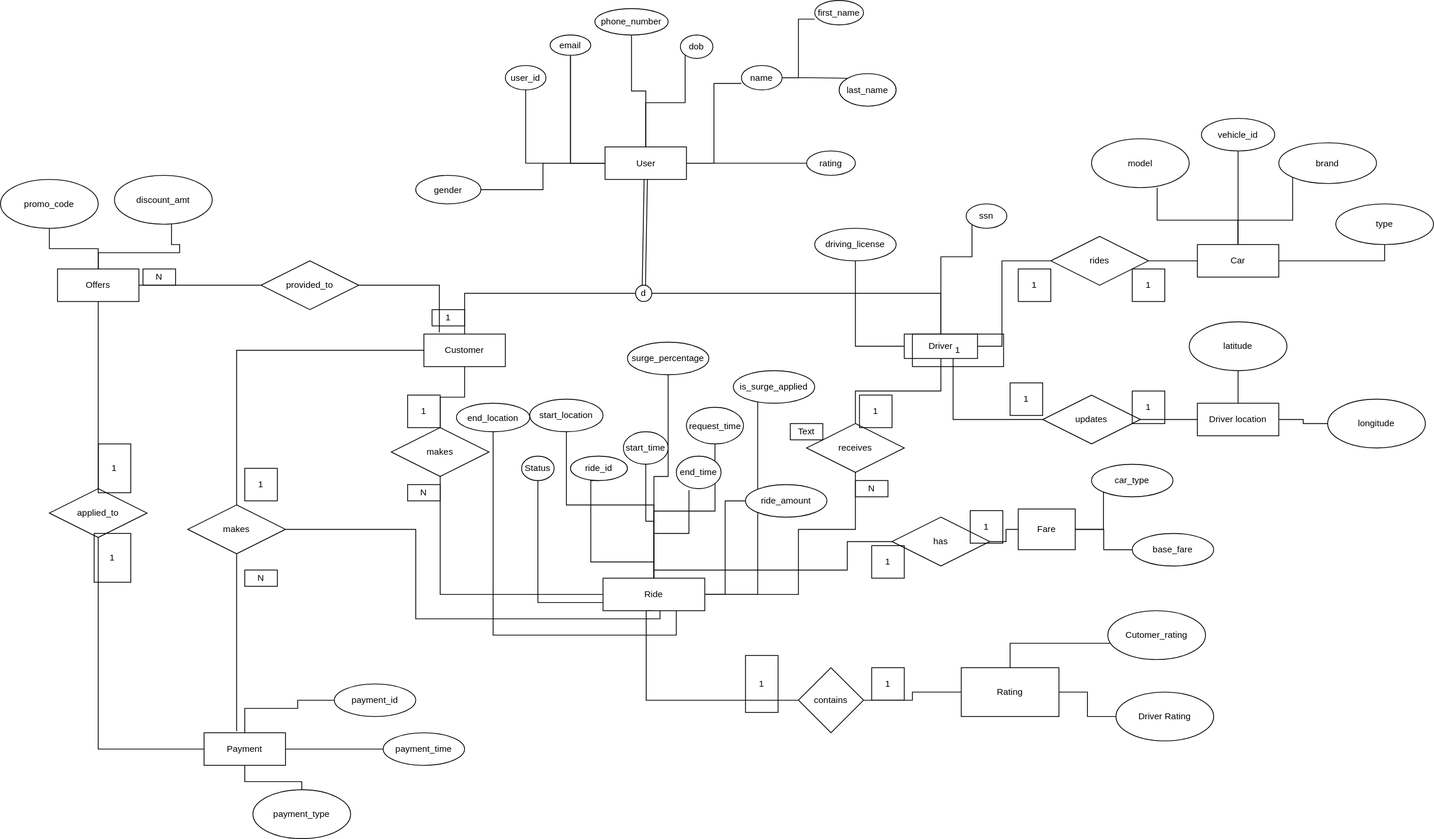
This is Uber backend.svg from NandhiniPeriyasamy13/Uber-backend-database-design, a draw.io export, as it was before one commit. Source tidied: cells renumbered, new cells last; positions are measured from the earlier drawing's top-left corner, leaving out a move shared by most shapes.
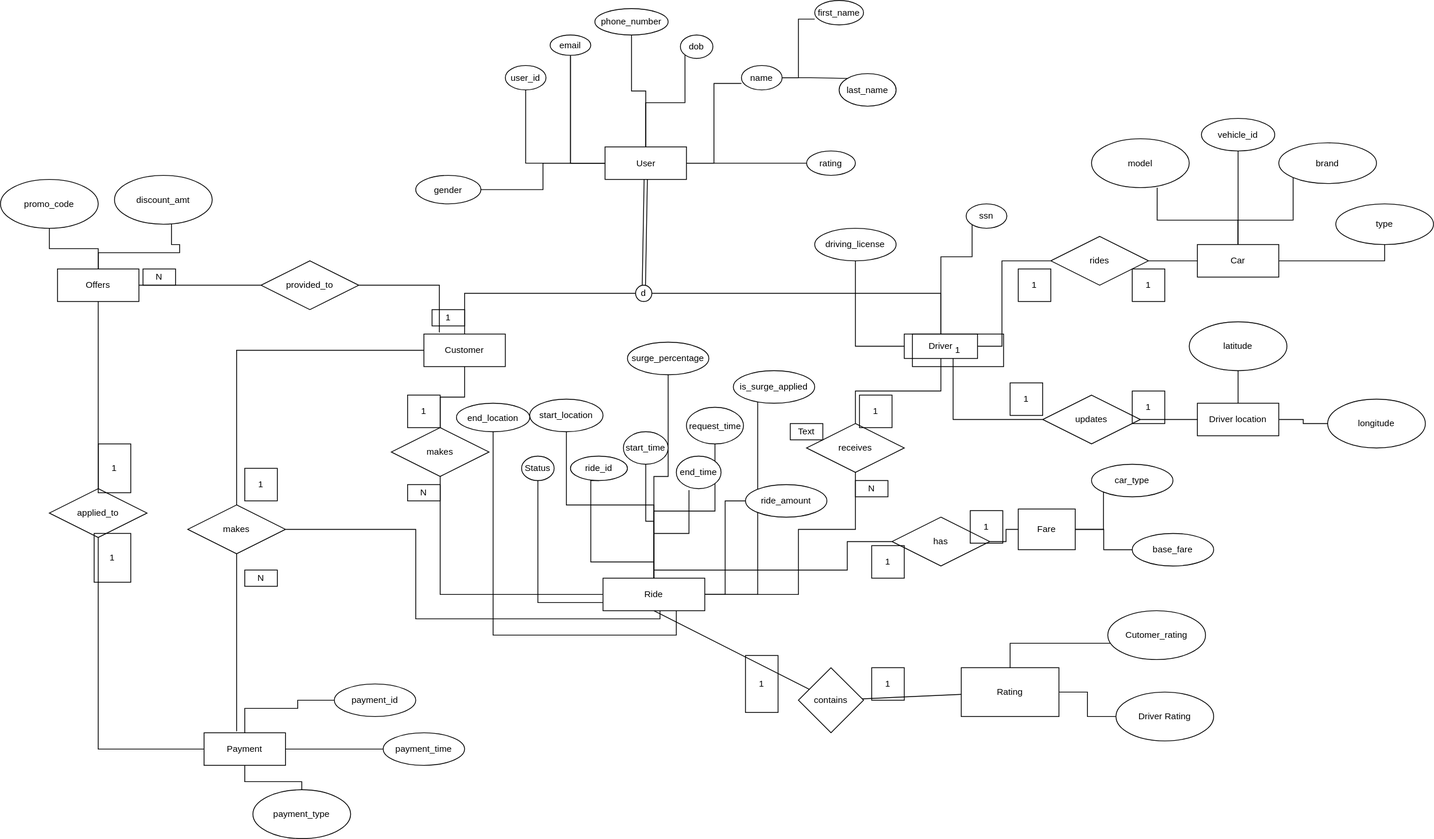
The same diagram one commit later.

Commit message:
Changed arrow types

Diff of the diagram source:
```diff
@@ -201,12 +201,8 @@
     <mxCell id="50" value="receives" style="shape=rhombus;perimeter=rhombusPerimeter;whiteSpace=wrap;html=1;align=center;rounded=0;fontSize=11;labelBackgroundColor=#ffffff;endFill=0;startFill=0;" parent="1" vertex="1">
       <mxGeometry x="990" y="520" width="120" height="60" as="geometry" />
     </mxCell>
-    <mxCell id="51" style="edgeStyle=orthogonalEdgeStyle;rounded=0;jettySize=auto;html=1;exitX=0.5;exitY=1;exitDx=0;exitDy=0;endFill=0;endArrow=none;startFill=0;" parent="1" edge="1" source="32" target="73">
-      <mxGeometry relative="1" as="geometry">
-        <Array as="points">
-          <mxPoint x="793" y="860" />
-        </Array>
-      </mxGeometry>
+    <mxCell id="51" style="rounded=0;jettySize=auto;html=1;exitX=0.5;exitY=1;exitDx=0;exitDy=0;endFill=0;endArrow=none;startFill=0;" parent="1" edge="1" source="32" target="73">
+      <mxGeometry relative="1" as="geometry" />
     </mxCell>
     <mxCell id="52" style="edgeStyle=orthogonalEdgeStyle;rounded=0;jettySize=auto;html=1;endFill=0;endArrow=none;startFill=0;" parent="1" edge="1" source="53" target="58">
       <mxGeometry relative="1" as="geometry" />
@@ -285,7 +281,7 @@
     <mxCell id="71" value="ssn" style="ellipse;whiteSpace=wrap;html=1;align=center;rounded=0;fontSize=11;labelBackgroundColor=#ffffff;endFill=0;startFill=0;" parent="1" vertex="1">
       <mxGeometry x="1186" y="250" width="50" height="30" as="geometry" />
     </mxCell>
-    <mxCell id="72" style="edgeStyle=orthogonalEdgeStyle;rounded=0;jettySize=auto;html=1;endFill=0;endArrow=none;startFill=0;" parent="1" edge="1" source="73" target="76">
+    <mxCell id="72" style="rounded=0;jettySize=auto;html=1;endFill=0;endArrow=none;startFill=0;" parent="1" edge="1" source="73" target="76">
       <mxGeometry relative="1" as="geometry" />
     </mxCell>
     <mxCell id="73" value="contains" style="rhombus;whiteSpace=wrap;html=1;rounded=0;fontSize=11;labelBackgroundColor=#ffffff;endFill=0;startFill=0;" parent="1" vertex="1">
```
